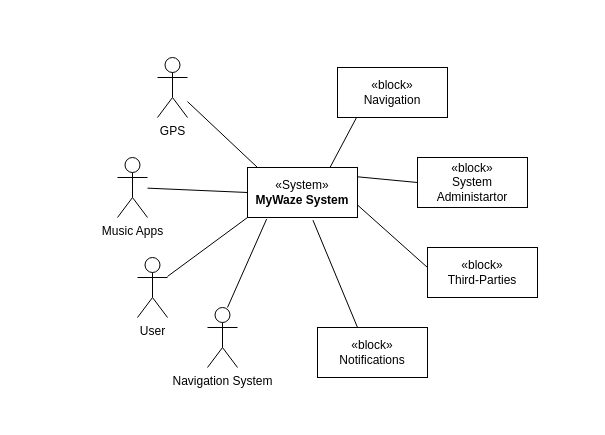
Above: Diagrams/ContextDiagram.drawio in luislamy/msp (draw.io), before the change. Source tidied: cells renumbered, new cells numbered last; positions are measured from the earlier drawing's top-left corner, leaving out a move shared by most shapes. Both pictures are drawn from the tidied source at 100%, with x=0, y=0 at pixel (117, 57).
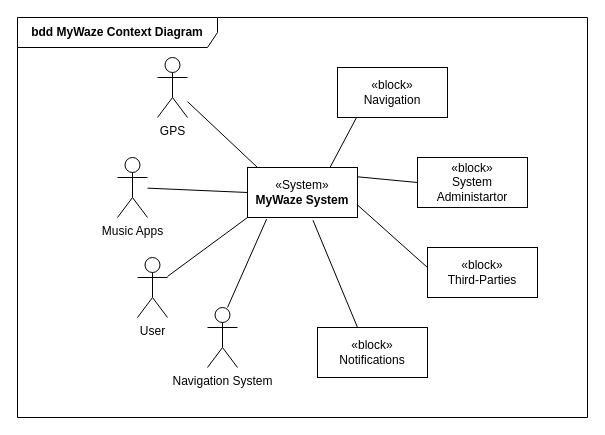
After the change.

Diff of the diagram source:
```diff
@@
 <mxGraphModel>
   <root>
     <mxCell id="0" />
     <mxCell id="1" parent="0" />
     <mxCell id="2" value="«System»&lt;br&gt;&lt;b&gt;MyWaze System&lt;/b&gt;" style="html=1;whiteSpace=wrap;" parent="1" vertex="1">
       <mxGeometry x="130" y="110" width="110" height="50" as="geometry" />
     </mxCell>
     <mxCell id="3" value="Music Apps&lt;div&gt;&lt;br&gt;&lt;/div&gt;" style="shape=umlActor;verticalLabelPosition=bottom;verticalAlign=top;html=1;" parent="1" vertex="1">
       <mxGeometry y="100" width="30" height="60" as="geometry" />
     </mxCell>
     <mxCell id="4" value="&lt;div&gt;User&lt;/div&gt;" style="shape=umlActor;verticalLabelPosition=bottom;verticalAlign=top;html=1;" parent="1" vertex="1">
       <mxGeometry x="20" y="200" width="30" height="60" as="geometry" />
     </mxCell>
     <mxCell id="5" value="GPS" style="shape=umlActor;verticalLabelPosition=bottom;verticalAlign=top;html=1;" parent="1" vertex="1">
       <mxGeometry x="40" width="30" height="60" as="geometry" />
     </mxCell>
     <mxCell id="6" value="&lt;div&gt;Navigation System&lt;/div&gt;" style="shape=umlActor;verticalLabelPosition=bottom;verticalAlign=top;html=1;" parent="1" vertex="1">
       <mxGeometry x="90" y="250" width="30" height="60" as="geometry" />
     </mxCell>
     <mxCell id="7" style="endArrow=none;html=1;rounded=0;entryX=0;entryY=0.5;entryDx=0;entryDy=0;" parent="1" edge="1" source="3" target="2">
       <mxGeometry relative="1" as="geometry" />
     </mxCell>
     <mxCell id="8" style="endArrow=none;html=1;rounded=0;entryX=0;entryY=1;entryDx=0;entryDy=0;" parent="1" edge="1" source="4" target="2">
       <mxGeometry relative="1" as="geometry" />
     </mxCell>
     <mxCell id="9" style="endArrow=none;html=1;rounded=0;entryX=0.174;entryY=1.031;entryDx=0;entryDy=0;exitX=0.667;exitY=0;exitDx=0;exitDy=0;exitPerimeter=0;entryPerimeter=0;" parent="1" edge="1" source="6" target="2">
       <mxGeometry relative="1" as="geometry" />
     </mxCell>
     <mxCell id="10" style="endArrow=none;html=1;rounded=0;entryX=0.091;entryY=0;entryDx=0;entryDy=0;entryPerimeter=0;" parent="1" edge="1" source="5" target="2">
       <mxGeometry relative="1" as="geometry" />
     </mxCell>
     <mxCell id="11" value="«block»&lt;br&gt;Navigation" style="html=1;whiteSpace=wrap;" parent="1" vertex="1">
       <mxGeometry x="220" y="10" width="110" height="50" as="geometry" />
     </mxCell>
     <mxCell id="12" value="«block»&lt;br&gt;System Administartor" style="html=1;whiteSpace=wrap;" parent="1" vertex="1">
       <mxGeometry x="300" y="100" width="110" height="50" as="geometry" />
     </mxCell>
     <mxCell id="13" value="«block»&lt;br&gt;Third-Parties" style="html=1;whiteSpace=wrap;" parent="1" vertex="1">
       <mxGeometry x="310" y="190" width="110" height="50" as="geometry" />
     </mxCell>
     <mxCell id="14" value="«block»&lt;br&gt;Notifications" style="html=1;whiteSpace=wrap;" parent="1" vertex="1">
       <mxGeometry x="200" y="270" width="110" height="50" as="geometry" />
     </mxCell>
     <mxCell id="15" style="endArrow=none;html=1;rounded=0;exitX=1;exitY=0.75;exitDx=0;exitDy=0;entryX=0;entryY=0.4;entryDx=0;entryDy=0;entryPerimeter=0;" parent="1" edge="1" source="2" target="13">
       <mxGeometry relative="1" as="geometry" />
     </mxCell>
     <mxCell id="16" style="endArrow=none;html=1;rounded=0;exitX=0.595;exitY=1.054;exitDx=0;exitDy=0;entryX=0.364;entryY=0;entryDx=0;entryDy=0;entryPerimeter=0;exitPerimeter=0;" parent="1" edge="1" source="2" target="14">
       <mxGeometry relative="1" as="geometry" />
     </mxCell>
     <mxCell id="17" style="endArrow=none;html=1;rounded=0;exitX=1;exitY=0.186;exitDx=0;exitDy=0;entryX=0;entryY=0.5;entryDx=0;entryDy=0;exitPerimeter=0;" parent="1" edge="1" source="2" target="12">
       <mxGeometry relative="1" as="geometry" />
     </mxCell>
     <mxCell id="18" style="endArrow=none;html=1;rounded=0;exitX=0.75;exitY=0;exitDx=0;exitDy=0;entryX=0.171;entryY=1.009;entryDx=0;entryDy=0;entryPerimeter=0;" parent="1" edge="1" source="2" target="11">
       <mxGeometry relative="1" as="geometry" />
     </mxCell>
+    <mxCell id="19" value="&lt;b&gt;bdd MyWaze Context Diagram&lt;/b&gt;" style="shape=umlFrame;whiteSpace=wrap;html=1;width=200;height=30;" parent="1" vertex="1">
+      <mxGeometry x="-100" y="-40" width="570" height="400" as="geometry" />
+    </mxCell>
   </root>
 </mxGraphModel>
```
